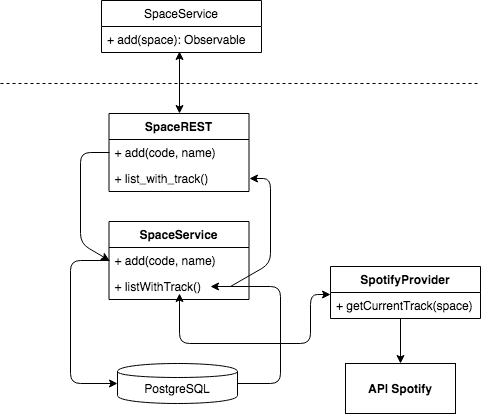
The draw.io diagram images/arquitectura_interna.png in altamiranoErica/fultbolify-bo, before a commit. Source tidied: cells renumbered, new cells last; positions are measured from the earlier drawing's top-left corner, leaving out a move shared by most shapes.
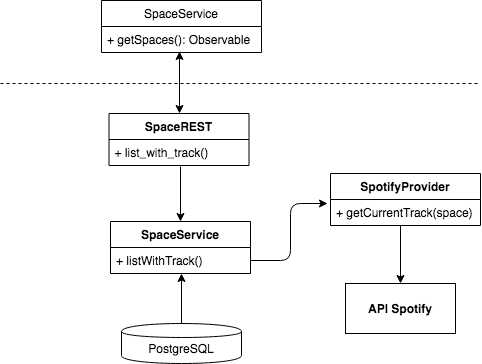
After the commit.

Commit message:
Modificada arquitectura interna

What changed in the source:
```diff
@@ -5,98 +5,64 @@
     <mxCell id="2" value="SpaceService" style="swimlane;fontStyle=0;horizontal=1;startSize=26;fillColor=none;" parent="1" vertex="1">
       <mxGeometry x="101" width="160" height="52" as="geometry" />
     </mxCell>
-    <mxCell id="3" value="+ add(space): Observable" style="text;strokeColor=none;fillColor=none;align=left;verticalAlign=top;spacingLeft=4;spacingRight=4;overflow=hidden;points=[[0,0.5],[1,0.5]];portConstraint=eastwest;" parent="2" vertex="1">
+    <mxCell id="3" value="+ getSpaces(): Observable&#10;" style="text;strokeColor=none;fillColor=none;align=left;verticalAlign=top;spacingLeft=4;spacingRight=4;overflow=hidden;points=[[0,0.5],[1,0.5]];portConstraint=eastwest;" parent="2" vertex="1">
       <mxGeometry y="26" width="160" height="26" as="geometry" />
     </mxCell>
     <mxCell id="4" value="&lt;b&gt;API Spotify&lt;/b&gt;" style="html=1;" parent="1" vertex="1">
-      <mxGeometry x="345" y="363" width="110" height="50" as="geometry" />
+      <mxGeometry x="345" y="283" width="110" height="50" as="geometry" />
     </mxCell>
-    <mxCell id="5" style="endArrow=classic;html=1;exitX=0;exitY=0.5;exitDx=0;exitDy=0;entryX=0;entryY=0.5;entryDx=0;entryDy=0;" parent="1" edge="1" source="17" target="14">
+    <mxCell id="5" style="endArrow=none;dashed=1;html=1;" parent="1" edge="1">
       <mxGeometry relative="1" as="geometry">
-        <Array as="points">
-          <mxPoint x="80" y="152" />
-          <mxPoint x="80" y="243" />
-        </Array>
+        <mxPoint y="83" as="sourcePoint" />
+        <mxPoint x="480" y="83" as="targetPoint" />
       </mxGeometry>
     </mxCell>
-    <mxCell id="6" style="endArrow=classic;html=1;entryX=1;entryY=0.5;entryDx=0;entryDy=0;exitX=0.868;exitY=0.5;exitDx=0;exitDy=0;exitPerimeter=0;" parent="1" edge="1" source="15" target="18">
-      <mxGeometry relative="1" as="geometry">
-        <Array as="points">
-          <mxPoint x="270" y="263" />
-          <mxPoint x="270" y="178" />
-        </Array>
-      </mxGeometry>
+    <mxCell id="6" style="group;" parent="1" vertex="1">
+      <mxGeometry x="121" y="323" width="120" height="40" as="geometry" />
     </mxCell>
-    <mxCell id="7" style="endArrow=classic;html=1;entryX=0;entryY=0.5;entryDx=0;entryDy=0;exitX=0;exitY=0.5;exitDx=0;exitDy=0;" parent="1" edge="1" source="14" target="11">
-      <mxGeometry relative="1" as="geometry">
-        <Array as="points">
-          <mxPoint x="70" y="260" />
-          <mxPoint x="70" y="383" />
-        </Array>
-      </mxGeometry>
+    <mxCell id="7" style="shape=cylinder;whiteSpace=wrap;html=1;boundedLbl=1;backgroundOutline=1;" parent="6" vertex="1">
+      <mxGeometry width="120" height="40" as="geometry" />
     </mxCell>
-    <mxCell id="8" style="endArrow=classic;html=1;exitX=1;exitY=0.5;exitDx=0;exitDy=0;entryX=0.725;entryY=0.5;entryDx=0;entryDy=0;entryPerimeter=0;" parent="1" edge="1" source="11" target="15">
-      <mxGeometry relative="1" as="geometry">
-        <Array as="points">
-          <mxPoint x="280" y="383" />
-          <mxPoint x="280" y="286" />
-        </Array>
-      </mxGeometry>
+    <mxCell id="8" value="PostgreSQL" style="text;html=1;strokeColor=none;fillColor=none;align=center;verticalAlign=middle;whiteSpace=wrap;rounded=0;" parent="6" vertex="1">
+      <mxGeometry x="20" y="10" width="80" height="30" as="geometry" />
     </mxCell>
-    <mxCell id="9" style="endArrow=none;dashed=1;html=1;" parent="1" edge="1">
-      <mxGeometry relative="1" as="geometry">
-        <mxPoint y="83" as="sourcePoint" />
-        <mxPoint x="480" y="83" as="targetPoint" />
-      </mxGeometry>
+    <mxCell id="9" value="SpaceService" style="swimlane;fontStyle=1;horizontal=1;startSize=26;fillColor=none;" parent="1" vertex="1">
+      <mxGeometry x="110" y="221" width="140" height="52" as="geometry" />
     </mxCell>
-    <mxCell id="10" style="group;" parent="1" vertex="1">
-      <mxGeometry x="117" y="363" width="120" height="40" as="geometry" />
+    <mxCell id="10" value="+ listWithTrack()" style="text;strokeColor=none;fillColor=none;align=left;verticalAlign=top;spacingLeft=4;spacingRight=4;overflow=hidden;points=[[0,0.5],[1,0.5]];portConstraint=eastwest;" parent="9" vertex="1">
+      <mxGeometry y="26" width="140" height="26" as="geometry" />
     </mxCell>
-    <mxCell id="11" style="shape=cylinder;whiteSpace=wrap;html=1;boundedLbl=1;backgroundOutline=1;" parent="10" vertex="1">
-      <mxGeometry width="120" height="40" as="geometry" />
+    <mxCell id="11" value="SpaceREST" style="swimlane;fontStyle=1;horizontal=1;startSize=26;fillColor=none;" parent="1" vertex="1">
+      <mxGeometry x="108.5" y="113" width="140" height="52" as="geometry" />
     </mxCell>
-    <mxCell id="12" value="PostgreSQL" style="text;html=1;strokeColor=none;fillColor=none;align=center;verticalAlign=middle;whiteSpace=wrap;rounded=0;" parent="10" vertex="1">
-      <mxGeometry x="20" y="10" width="80" height="30" as="geometry" />
+    <mxCell id="12" value="+ list_with_track()" style="text;strokeColor=none;fillColor=none;align=left;verticalAlign=top;spacingLeft=4;spacingRight=4;overflow=hidden;points=[[0,0.5],[1,0.5]];portConstraint=eastwest;" parent="11" vertex="1">
+      <mxGeometry y="26" width="140" height="26" as="geometry" />
     </mxCell>
-    <mxCell id="13" value="SpaceService" style="swimlane;fontStyle=1;horizontal=1;startSize=26;fillColor=none;" parent="1" vertex="1">
-      <mxGeometry x="108.5" y="221" width="140" height="78" as="geometry" />
+    <mxCell id="13" style="endArrow=classic;startArrow=classic;html=1;entryX=0.481;entryY=1.077;entryDx=0;entryDy=0;entryPerimeter=0;exitX=0.5;exitY=0;exitDx=0;exitDy=0;" parent="1" edge="1" source="11" target="3">
+      <mxGeometry relative="1" as="geometry" />
     </mxCell>
-    <mxCell id="14" value="+ add(code, name)" style="text;strokeColor=none;fillColor=none;align=left;verticalAlign=top;spacingLeft=4;spacingRight=4;overflow=hidden;points=[[0,0.5],[1,0.5]];portConstraint=eastwest;" parent="13" vertex="1">
-      <mxGeometry y="26" width="140" height="26" as="geometry" />
+    <mxCell id="14" value="SpotifyProvider" style="swimlane;fontStyle=1;horizontal=1;startSize=26;fillColor=none;" parent="1" vertex="1">
+      <mxGeometry x="330" y="173" width="150" height="52" as="geometry" />
     </mxCell>
-    <mxCell id="15" value="+ listWithTrack()" style="text;strokeColor=none;fillColor=none;align=left;verticalAlign=top;spacingLeft=4;spacingRight=4;overflow=hidden;points=[[0,0.5],[1,0.5]];portConstraint=eastwest;" parent="13" vertex="1">
-      <mxGeometry y="52" width="140" height="26" as="geometry" />
+    <mxCell id="15" value="+ getCurrentTrack(space)&#10;" style="text;strokeColor=none;fillColor=none;align=left;verticalAlign=top;spacingLeft=4;spacingRight=4;overflow=hidden;points=[[0,0.5],[1,0.5]];portConstraint=eastwest;" parent="14" vertex="1">
+      <mxGeometry y="26" width="150" height="26" as="geometry" />
     </mxCell>
-    <mxCell id="16" value="SpaceREST" style="swimlane;fontStyle=1;horizontal=1;startSize=26;fillColor=none;" parent="1" vertex="1">
-      <mxGeometry x="108.5" y="113" width="140" height="78" as="geometry" />
+    <mxCell id="16" style="endArrow=classic;html=1;exitX=0.467;exitY=1;exitDx=0;exitDy=0;exitPerimeter=0;entryX=0.5;entryY=0;entryDx=0;entryDy=0;" parent="1" edge="1" source="15" target="4">
+      <mxGeometry relative="1" as="geometry" />
     </mxCell>
-    <mxCell id="17" value="+ add(code, name)" style="text;strokeColor=none;fillColor=none;align=left;verticalAlign=top;spacingLeft=4;spacingRight=4;overflow=hidden;points=[[0,0.5],[1,0.5]];portConstraint=eastwest;" parent="16" vertex="1">
-      <mxGeometry y="26" width="140" height="26" as="geometry" />
+    <mxCell id="17" style="endArrow=classic;html=1;exitX=0.511;exitY=1.038;exitDx=0;exitDy=0;exitPerimeter=0;entryX=0.5;entryY=0;entryDx=0;entryDy=0;" parent="1" edge="1" source="12" target="9">
+      <mxGeometry relative="1" as="geometry" />
     </mxCell>
-    <mxCell id="18" value="+ list_with_track()" style="text;strokeColor=none;fillColor=none;align=left;verticalAlign=top;spacingLeft=4;spacingRight=4;overflow=hidden;points=[[0,0.5],[1,0.5]];portConstraint=eastwest;" parent="16" vertex="1">
-      <mxGeometry y="52" width="140" height="26" as="geometry" />
+    <mxCell id="18" style="endArrow=classic;html=1;exitX=0.5;exitY=0;exitDx=0;exitDy=0;entryX=0.507;entryY=1;entryDx=0;entryDy=0;entryPerimeter=0;" parent="1" edge="1" source="7" target="10">
+      <mxGeometry relative="1" as="geometry" />
     </mxCell>
-    <mxCell id="19" style="endArrow=classic;startArrow=classic;html=1;entryX=0;entryY=0.077;entryDx=0;entryDy=0;entryPerimeter=0;" parent="1" edge="1" target="22">
+    <mxCell id="19" style="endArrow=classic;html=1;exitX=1;exitY=0.5;exitDx=0;exitDy=0;entryX=-0.02;entryY=0.154;entryDx=0;entryDy=0;entryPerimeter=0;" parent="1" edge="1" source="10" target="15">
       <mxGeometry relative="1" as="geometry">
-        <mxPoint x="179" y="293" as="sourcePoint" />
         <Array as="points">
-          <mxPoint x="179" y="343" />
-          <mxPoint x="310" y="343" />
-          <mxPoint x="310" y="294" />
+          <mxPoint x="290" y="260" />
+          <mxPoint x="290" y="203" />
         </Array>
       </mxGeometry>
     </mxCell>
-    <mxCell id="20" style="endArrow=classic;startArrow=classic;html=1;entryX=0.481;entryY=1.077;entryDx=0;entryDy=0;entryPerimeter=0;exitX=0.5;exitY=0;exitDx=0;exitDy=0;" parent="1" edge="1" source="16" target="3">
-      <mxGeometry relative="1" as="geometry" />
-    </mxCell>
-    <mxCell id="21" value="SpotifyProvider" style="swimlane;fontStyle=1;horizontal=1;startSize=26;fillColor=none;" parent="1" vertex="1">
-      <mxGeometry x="330" y="266" width="150" height="52" as="geometry" />
-    </mxCell>
-    <mxCell id="22" value="+ getCurrentTrack(space)&#10;" style="text;strokeColor=none;fillColor=none;align=left;verticalAlign=top;spacingLeft=4;spacingRight=4;overflow=hidden;points=[[0,0.5],[1,0.5]];portConstraint=eastwest;" parent="21" vertex="1">
-      <mxGeometry y="26" width="150" height="26" as="geometry" />
-    </mxCell>
-    <mxCell id="23" style="endArrow=classic;html=1;exitX=0.467;exitY=1;exitDx=0;exitDy=0;exitPerimeter=0;entryX=0.5;entryY=0;entryDx=0;entryDy=0;" parent="1" edge="1" source="22" target="4">
-      <mxGeometry relative="1" as="geometry" />
-    </mxCell>
   </root>
 </mxGraphModel>
```
